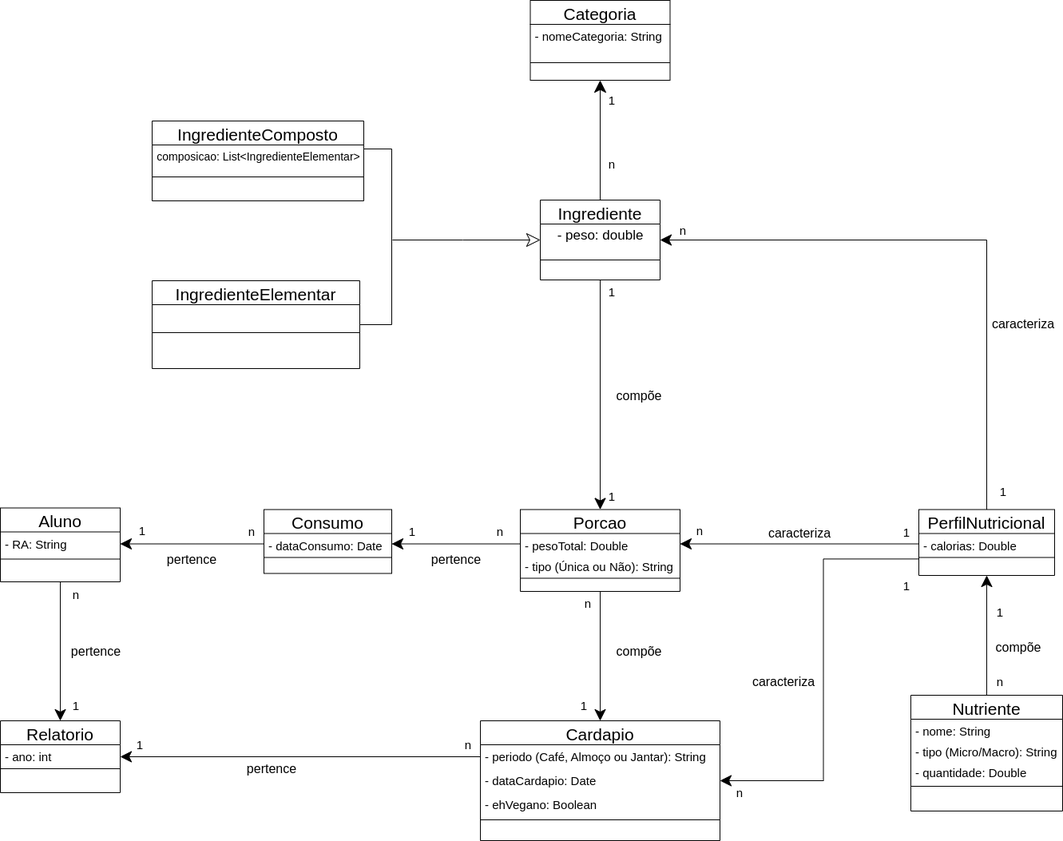
Earlier version of the draw.io export lab02/images/UML-lab02.png (VLV-subgrupo/labs). Source tidied: cells renumbered, new cells last; positions are measured from the earlier drawing's top-left corner, leaving out a move shared by most shapes.
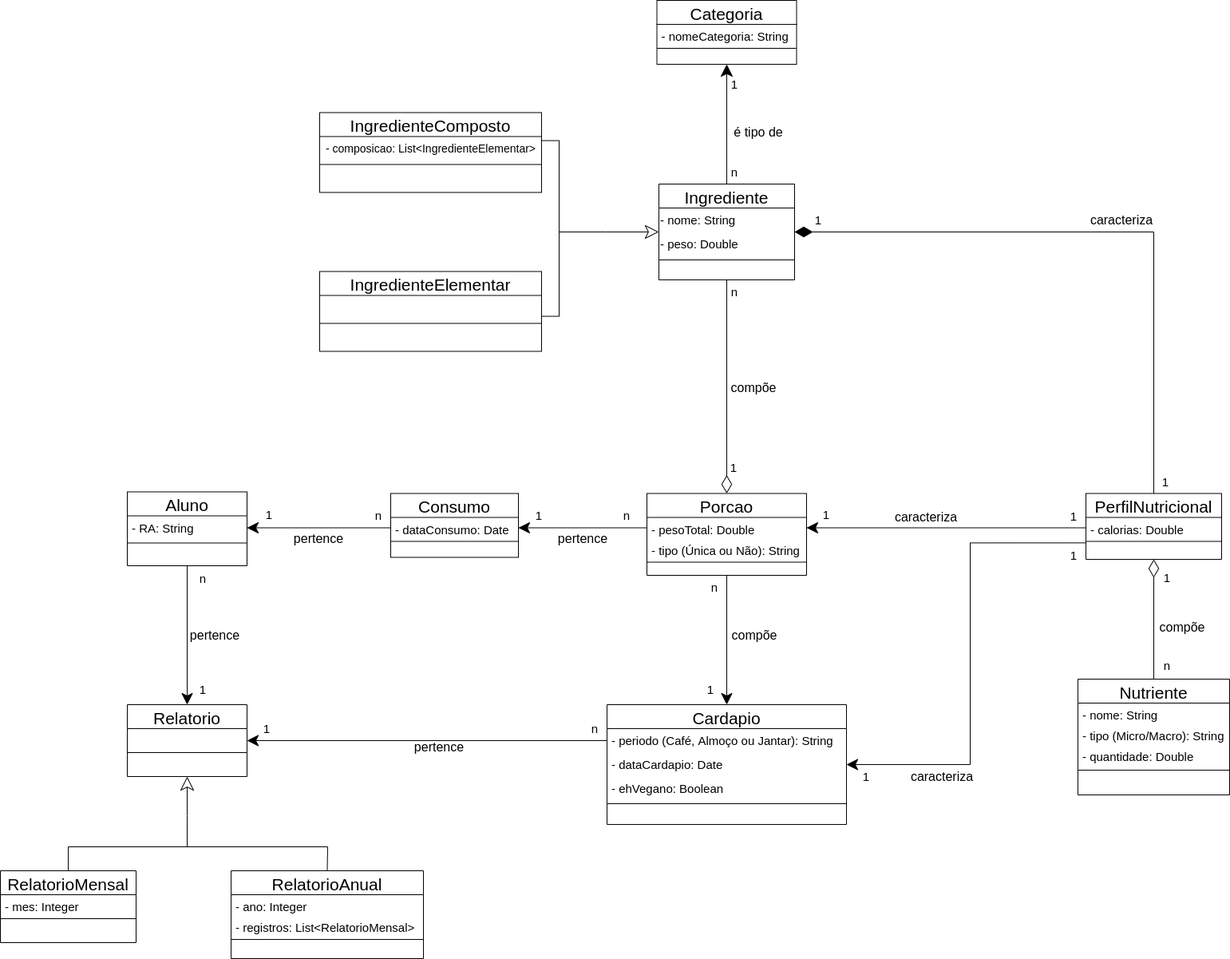
Later version of the same file.

Commit message:
Atualiza README e adiciona versão final dos diagramas do lab02

Change to the diagram source:
```diff
@@ -7,7 +7,4 @@
     </mxCell>
-    <mxCell id="3" value="- ano: int" style="text;align=left;verticalAlign=top;spacingLeft=4;spacingRight=4;overflow=hidden;rounded=0;shadow=0;html=0;fontSize=15;" parent="2" vertex="1">
-      <mxGeometry y="30" width="150" height="26" as="geometry" />
-    </mxCell>
     <mxCell id="4" style="line;html=1;strokeWidth=1;align=left;verticalAlign=middle;spacingTop=-1;spacingLeft=3;spacingRight=3;labelPosition=right;" parent="2" vertex="1">
-      <mxGeometry y="56" width="150" height="8" as="geometry" />
+      <mxGeometry y="30" width="150" height="60" as="geometry" />
     </mxCell>
@@ -43,3 +40,3 @@
     </mxCell>
-    <mxCell id="15" style="edgeStyle=orthogonalEdgeStyle;rounded=0;jettySize=auto;html=1;exitX=0.5;exitY=1;exitDx=0;exitDy=0;entryX=0.5;entryY=0;entryDx=0;entryDy=0;endSize=12;startSize=15;" parent="1" edge="1" source="18" target="11">
+    <mxCell id="15" style="edgeStyle=orthogonalEdgeStyle;rounded=0;jettySize=auto;html=1;exitX=0.5;exitY=1;exitDx=0;exitDy=0;entryX=0.5;entryY=0;entryDx=0;entryDy=0;endSize=20;startSize=15;endArrow=diamondThin;endFill=0;" parent="1" edge="1" source="18" target="11">
       <mxGeometry relative="1" as="geometry" />
@@ -48,3 +45,3 @@
       <mxGeometry relative="1" as="geometry">
-        <mxPoint x="491" y="300" as="targetPoint" />
+        <mxPoint x="541" y="310" as="targetPoint" />
       </mxGeometry>
@@ -55,11 +52,14 @@
     <mxCell id="18" value="Ingrediente" style="swimlane;fontStyle=0;align=center;verticalAlign=middle;horizontal=1;startSize=30;rounded=0;shadow=0;strokeWidth=1;fontSize=21;" parent="1" vertex="1">
-      <mxGeometry x="676" y="250" width="150" height="100" as="geometry" />
+      <mxGeometry x="666" y="250" width="170" height="120" as="geometry" />
     </mxCell>
-    <mxCell id="19" value="- peso: double" style="text;html=1;align=center;verticalAlign=middle;strokeColor=none;fillColor=none;fontSize=17;" parent="18" vertex="1">
-      <mxGeometry y="30" width="150" height="30" as="geometry" />
+    <mxCell id="19" value="- nome: String" style="text;html=1;align=left;verticalAlign=middle;strokeColor=none;fillColor=none;fontSize=15;" parent="18" vertex="1">
+      <mxGeometry y="30" width="170" height="30" as="geometry" />
     </mxCell>
+    <mxCell id="84" value="- peso: Double" style="text;html=1;align=left;verticalAlign=middle;strokeColor=none;fillColor=none;fontSize=15;" parent="18" vertex="1">
+      <mxGeometry y="60" width="170" height="30" as="geometry" />
+    </mxCell>
     <mxCell id="20" style="line;html=1;strokeWidth=1;align=left;verticalAlign=middle;spacingTop=-1;spacingLeft=3;spacingRight=3;labelPosition=right;" parent="18" vertex="1">
-      <mxGeometry y="60" width="150" height="30" as="geometry" />
+      <mxGeometry y="90" width="170" height="10" as="geometry" />
     </mxCell>
-    <mxCell id="21" style="edgeStyle=orthogonalEdgeStyle;rounded=0;jettySize=auto;html=1;exitX=0.5;exitY=0;exitDx=0;exitDy=0;entryX=1;entryY=0.5;entryDx=0;entryDy=0;endSize=12;startSize=15;" parent="1" edge="1" source="22" target="18">
+    <mxCell id="21" style="edgeStyle=orthogonalEdgeStyle;rounded=0;jettySize=auto;html=1;exitX=0.5;exitY=0;exitDx=0;exitDy=0;entryX=1;entryY=0.5;entryDx=0;entryDy=0;endSize=20;startSize=15;endArrow=diamondThin;endFill=1;" parent="1" edge="1" source="22" target="18">
       <mxGeometry relative="1" as="geometry" />
@@ -67,3 +67,3 @@
     <mxCell id="22" value="PerfilNutricional" style="swimlane;fontStyle=0;align=center;verticalAlign=middle;horizontal=1;startSize=30;rounded=0;shadow=0;strokeWidth=1;fontSize=21;" parent="1" vertex="1">
-      <mxGeometry x="1150" y="637.5" width="170" height="82.5" as="geometry" />
+      <mxGeometry x="1201" y="637.5" width="170" height="82.5" as="geometry" />
     </mxCell>
@@ -75,3 +75,3 @@
     </mxCell>
-    <mxCell id="25" style="edgeStyle=orthogonalEdgeStyle;rounded=0;jettySize=auto;html=1;entryX=0.5;entryY=1;entryDx=0;entryDy=0;endSize=12;startSize=15;" parent="1" edge="1" source="26" target="22">
+    <mxCell id="25" style="edgeStyle=orthogonalEdgeStyle;rounded=0;jettySize=auto;html=1;entryX=0.5;entryY=1;entryDx=0;entryDy=0;endSize=20;startSize=15;endArrow=diamondThin;endFill=0;" parent="1" edge="1" source="26" target="22">
       <mxGeometry relative="1" as="geometry" />
@@ -79,3 +79,3 @@
     <mxCell id="26" value="Nutriente" style="swimlane;fontStyle=0;align=center;verticalAlign=middle;horizontal=1;startSize=30;rounded=0;shadow=0;strokeWidth=1;fontSize=21;" parent="1" vertex="1">
-      <mxGeometry x="1140" y="870" width="190" height="145" as="geometry" />
+      <mxGeometry x="1191" y="870" width="190" height="145" as="geometry" />
     </mxCell>
@@ -130,12 +130,12 @@
     <mxCell id="43" value="1" style="text;strokeColor=none;align=center;fillColor=none;html=1;verticalAlign=middle;whiteSpace=wrap;rounded=0;fontSize=15;" parent="1" vertex="1">
-      <mxGeometry x="1237" y="750.5" width="30" height="30" as="geometry" />
+      <mxGeometry x="1288" y="728" width="30" height="30" as="geometry" />
     </mxCell>
     <mxCell id="44" value="n" style="text;strokeColor=none;align=center;fillColor=none;html=1;verticalAlign=middle;whiteSpace=wrap;rounded=0;fontSize=15;" parent="1" vertex="1">
-      <mxGeometry x="1237" y="837.5" width="30" height="30" as="geometry" />
+      <mxGeometry x="1288" y="837.5" width="30" height="30" as="geometry" />
     </mxCell>
     <mxCell id="45" value="1" style="text;strokeColor=none;align=center;fillColor=none;html=1;verticalAlign=middle;whiteSpace=wrap;rounded=0;fontSize=15;" parent="1" vertex="1">
-      <mxGeometry x="1241" y="600" width="30" height="30" as="geometry" />
+      <mxGeometry x="1286" y="607.5" width="30" height="30" as="geometry" />
     </mxCell>
     <mxCell id="46" value="n" style="text;strokeColor=none;align=center;fillColor=none;html=1;verticalAlign=middle;whiteSpace=wrap;rounded=0;fontSize=15;" parent="1" vertex="1">
-      <mxGeometry x="840" y="273" width="30" height="30" as="geometry" />
+      <mxGeometry x="746" y="370" width="30" height="30" as="geometry" />
     </mxCell>
@@ -159,3 +159,3 @@
     </mxCell>
-    <mxCell id="53" value="n" style="text;strokeColor=none;align=center;fillColor=none;html=1;verticalAlign=middle;whiteSpace=wrap;rounded=0;fontSize=15;" parent="1" vertex="1">
+    <mxCell id="53" value="1" style="text;strokeColor=none;align=center;fillColor=none;html=1;verticalAlign=middle;whiteSpace=wrap;rounded=0;fontSize=15;" parent="1" vertex="1">
       <mxGeometry x="911" y="977" width="30" height="30" as="geometry" />
@@ -166,5 +166,5 @@
     <mxCell id="55" value="1" style="text;strokeColor=none;align=center;fillColor=none;html=1;verticalAlign=middle;whiteSpace=wrap;rounded=0;fontSize=15;" parent="1" vertex="1">
-      <mxGeometry x="1120" y="651" width="30" height="30" as="geometry" />
+      <mxGeometry x="1171" y="651" width="30" height="30" as="geometry" />
     </mxCell>
-    <mxCell id="56" value="n" style="text;strokeColor=none;align=center;fillColor=none;html=1;verticalAlign=middle;whiteSpace=wrap;rounded=0;fontSize=15;" parent="1" vertex="1">
+    <mxCell id="56" value="1" style="text;strokeColor=none;align=center;fillColor=none;html=1;verticalAlign=middle;whiteSpace=wrap;rounded=0;fontSize=15;" parent="1" vertex="1">
       <mxGeometry x="861" y="649" width="30" height="30" as="geometry" />
@@ -172,3 +172,3 @@
     <mxCell id="57" value="1" style="text;strokeColor=none;align=center;fillColor=none;html=1;verticalAlign=middle;whiteSpace=wrap;rounded=0;fontSize=15;" parent="1" vertex="1">
-      <mxGeometry x="1120" y="717.5" width="30" height="30" as="geometry" />
+      <mxGeometry x="1171" y="700" width="30" height="30" as="geometry" />
     </mxCell>
@@ -178,9 +178,9 @@
     <mxCell id="59" value="1" style="text;strokeColor=none;align=center;fillColor=none;html=1;verticalAlign=middle;whiteSpace=wrap;rounded=0;fontSize=15;" parent="1" vertex="1">
-      <mxGeometry x="751" y="605.5" width="30" height="30" as="geometry" />
+      <mxGeometry x="745" y="590" width="30" height="30" as="geometry" />
     </mxCell>
     <mxCell id="60" value="compõe" style="text;strokeColor=none;align=center;fillColor=none;html=1;verticalAlign=middle;whiteSpace=wrap;rounded=0;fontSize=16;rotation=0;" parent="1" vertex="1">
-      <mxGeometry x="1235" y="795" width="80" height="30" as="geometry" />
+      <mxGeometry x="1282" y="790" width="80" height="30" as="geometry" />
     </mxCell>
     <mxCell id="61" value="compõe" style="text;strokeColor=none;align=center;fillColor=none;html=1;verticalAlign=middle;whiteSpace=wrap;rounded=0;fontSize=16;rotation=0;" parent="1" vertex="1">
-      <mxGeometry x="760" y="800" width="80" height="30" as="geometry" />
+      <mxGeometry x="746" y="800" width="80" height="30" as="geometry" />
     </mxCell>
@@ -193,6 +193,6 @@
     <mxCell id="64" value="compõe" style="text;strokeColor=none;align=center;fillColor=none;html=1;verticalAlign=middle;whiteSpace=wrap;rounded=0;fontSize=16;rotation=0;" parent="1" vertex="1">
-      <mxGeometry x="760" y="480" width="80" height="30" as="geometry" />
+      <mxGeometry x="745" y="490" width="80" height="30" as="geometry" />
     </mxCell>
     <mxCell id="65" value="caracteriza" style="text;strokeColor=none;align=center;fillColor=none;html=1;verticalAlign=middle;whiteSpace=wrap;rounded=0;fontSize=16;" parent="1" vertex="1">
-      <mxGeometry x="1241" y="390" width="80" height="30" as="geometry" />
+      <mxGeometry x="1206" y="280" width="80" height="30" as="geometry" />
     </mxCell>
@@ -202,24 +202,24 @@
     <mxCell id="67" value="caracteriza" style="text;strokeColor=none;align=center;fillColor=none;html=1;verticalAlign=middle;whiteSpace=wrap;rounded=0;fontSize=16;" parent="1" vertex="1">
-      <mxGeometry x="941" y="837.5" width="80" height="30" as="geometry" />
+      <mxGeometry x="981" y="977" width="80" height="30" as="geometry" />
     </mxCell>
     <mxCell id="68" value="pertence" style="text;strokeColor=none;align=center;fillColor=none;html=1;verticalAlign=middle;whiteSpace=wrap;rounded=0;fontSize=16;" parent="1" vertex="1">
-      <mxGeometry x="531" y="685" width="80" height="30" as="geometry" />
+      <mxGeometry x="531" y="679" width="80" height="30" as="geometry" />
     </mxCell>
     <mxCell id="69" value="pertence" style="text;strokeColor=none;align=center;fillColor=none;html=1;verticalAlign=middle;whiteSpace=wrap;rounded=0;fontSize=16;" parent="1" vertex="1">
-      <mxGeometry x="200" y="685" width="80" height="30" as="geometry" />
+      <mxGeometry x="200" y="679" width="80" height="30" as="geometry" />
     </mxCell>
     <mxCell id="70" value="pertence" style="text;strokeColor=none;align=center;fillColor=none;html=1;verticalAlign=middle;whiteSpace=wrap;rounded=0;fontSize=16;" parent="1" vertex="1">
-      <mxGeometry x="80" y="800" width="80" height="30" as="geometry" />
+      <mxGeometry x="70" y="800" width="80" height="30" as="geometry" />
     </mxCell>
     <mxCell id="71" value="pertence" style="text;strokeColor=none;align=center;fillColor=none;html=1;verticalAlign=middle;whiteSpace=wrap;rounded=0;fontSize=16;" parent="1" vertex="1">
-      <mxGeometry x="300" y="947" width="80" height="30" as="geometry" />
+      <mxGeometry x="351" y="940" width="80" height="30" as="geometry" />
     </mxCell>
     <mxCell id="72" value="IngredienteComposto" style="swimlane;fontStyle=0;align=center;verticalAlign=middle;horizontal=1;startSize=30;rounded=0;shadow=0;strokeWidth=1;fontSize=21;" parent="1" vertex="1">
-      <mxGeometry x="190" y="151" width="265" height="100" as="geometry" />
+      <mxGeometry x="241" y="160.5" width="278" height="100" as="geometry" />
     </mxCell>
-    <mxCell id="73" value="composicao: List&amp;lt;IngredienteElementar&amp;gt;" style="text;html=1;align=center;verticalAlign=middle;strokeColor=none;fillColor=none;fontSize=14;" parent="72" vertex="1">
-      <mxGeometry y="30" width="265" height="30" as="geometry" />
+    <mxCell id="73" value="- composicao: List&amp;lt;IngredienteElementar&amp;gt;" style="text;html=1;align=center;verticalAlign=middle;strokeColor=none;fillColor=none;fontSize=14;" parent="72" vertex="1">
+      <mxGeometry y="30" width="278" height="30" as="geometry" />
     </mxCell>
     <mxCell id="74" style="line;html=1;strokeWidth=1;align=left;verticalAlign=middle;spacingTop=-1;spacingLeft=3;spacingRight=3;labelPosition=right;" parent="72" vertex="1">
-      <mxGeometry y="60" width="265" height="20" as="geometry" />
+      <mxGeometry y="60" width="278" height="10" as="geometry" />
     </mxCell>
@@ -228,4 +228,4 @@
         <Array as="points">
-          <mxPoint x="490" y="186" />
-          <mxPoint x="490" y="406" />
+          <mxPoint x="541" y="195.5" />
+          <mxPoint x="541" y="415.5" />
         </Array>
@@ -234,25 +234,62 @@
     <mxCell id="76" value="IngredienteElementar" style="swimlane;fontStyle=0;align=center;verticalAlign=middle;horizontal=1;startSize=30;rounded=0;shadow=0;strokeWidth=1;fontSize=21;" parent="1" vertex="1">
-      <mxGeometry x="190" y="351" width="260" height="110" as="geometry" />
+      <mxGeometry x="241" y="359.5" width="278" height="100" as="geometry" />
     </mxCell>
     <mxCell id="77" style="line;html=1;strokeWidth=1;align=left;verticalAlign=middle;spacingTop=-1;spacingLeft=3;spacingRight=3;labelPosition=right;" parent="76" vertex="1">
-      <mxGeometry y="30" width="260" height="70" as="geometry" />
+      <mxGeometry y="30" width="278" height="70" as="geometry" />
     </mxCell>
     <mxCell id="78" value="Categoria" style="swimlane;fontStyle=0;align=center;verticalAlign=middle;horizontal=1;startSize=30;rounded=0;shadow=0;strokeWidth=1;fontSize=21;" parent="1" vertex="1">
-      <mxGeometry x="663.5" width="175" height="100" as="geometry" />
+      <mxGeometry x="663.5" y="20" width="175" height="80" as="geometry" />
     </mxCell>
     <mxCell id="79" value="- nomeCategoria: String" style="text;align=left;verticalAlign=top;spacingLeft=4;spacingRight=4;overflow=hidden;fontSize=15;" parent="78" vertex="1">
-      <mxGeometry y="30" width="175" height="26" as="geometry" />
+      <mxGeometry y="30" width="175" height="20" as="geometry" />
     </mxCell>
     <mxCell id="80" style="line;html=1;strokeWidth=1;align=left;verticalAlign=middle;spacingTop=-1;spacingLeft=3;spacingRight=3;labelPosition=right;" parent="78" vertex="1">
-      <mxGeometry y="56" width="175" height="44" as="geometry" />
+      <mxGeometry y="50" width="175" height="20" as="geometry" />
     </mxCell>
     <mxCell id="81" value="1" style="text;strokeColor=none;align=center;fillColor=none;html=1;verticalAlign=middle;whiteSpace=wrap;rounded=0;fontSize=15;" parent="1" vertex="1">
-      <mxGeometry x="751" y="350" width="30" height="30" as="geometry" />
+      <mxGeometry x="851" y="280" width="30" height="30" as="geometry" />
     </mxCell>
     <mxCell id="82" value="1" style="text;strokeColor=none;align=center;fillColor=none;html=1;verticalAlign=middle;whiteSpace=wrap;rounded=0;fontSize=15;" parent="1" vertex="1">
-      <mxGeometry x="751" y="110" width="30" height="30" as="geometry" />
+      <mxGeometry x="746" y="110" width="30" height="30" as="geometry" />
     </mxCell>
     <mxCell id="83" value="n" style="text;strokeColor=none;align=center;fillColor=none;html=1;verticalAlign=middle;whiteSpace=wrap;rounded=0;fontSize=15;" parent="1" vertex="1">
-      <mxGeometry x="751" y="190" width="30" height="30" as="geometry" />
+      <mxGeometry x="746" y="220" width="30" height="30" as="geometry" />
     </mxCell>
+    <mxCell id="85" value="é tipo de" style="text;strokeColor=none;align=center;fillColor=none;html=1;verticalAlign=middle;whiteSpace=wrap;rounded=0;fontSize=16;" parent="1" vertex="1">
+      <mxGeometry x="751" y="170" width="80" height="30" as="geometry" />
+    </mxCell>
+    <mxCell id="86" style="edgeStyle=orthogonalEdgeStyle;rounded=0;jettySize=auto;html=1;exitX=0.5;exitY=1;exitDx=0;exitDy=0;startArrow=classic;startFill=0;endArrow=none;endFill=0;endSize=12;startSize=15;" parent="1" edge="1" source="2">
+      <mxGeometry relative="1" as="geometry">
+        <mxPoint x="75" y="1080" as="targetPoint" />
+      </mxGeometry>
+    </mxCell>
+    <mxCell id="87" value="RelatorioMensal" style="swimlane;fontStyle=0;align=center;verticalAlign=middle;horizontal=1;startSize=30;rounded=0;shadow=0;strokeWidth=1;fontSize=21;" parent="1" vertex="1">
+      <mxGeometry x="-159" y="1110" width="170" height="90" as="geometry" />
+    </mxCell>
+    <mxCell id="88" value="- mes: Integer" style="text;align=left;verticalAlign=top;spacingLeft=4;spacingRight=4;overflow=hidden;rounded=0;shadow=0;html=0;fontSize=15;" parent="87" vertex="1">
+      <mxGeometry y="30" width="170" height="26" as="geometry" />
+    </mxCell>
+    <mxCell id="89" style="line;html=1;strokeWidth=1;align=left;verticalAlign=middle;spacingTop=-1;spacingLeft=3;spacingRight=3;labelPosition=right;" parent="87" vertex="1">
+      <mxGeometry y="56" width="170" height="8" as="geometry" />
+    </mxCell>
+    <mxCell id="90" value="RelatorioAnual" style="swimlane;fontStyle=0;align=center;verticalAlign=middle;horizontal=1;startSize=30;rounded=0;shadow=0;strokeWidth=1;fontSize=21;" parent="1" vertex="1">
+      <mxGeometry x="130" y="1110" width="241" height="110" as="geometry" />
+    </mxCell>
+    <mxCell id="91" value="- ano: Integer" style="text;align=left;verticalAlign=top;spacingLeft=4;spacingRight=4;overflow=hidden;rounded=0;shadow=0;html=0;fontSize=15;" parent="90" vertex="1">
+      <mxGeometry y="30" width="241" height="26" as="geometry" />
+    </mxCell>
+    <mxCell id="92" value="- registros: List&lt;RelatorioMensal&gt;" style="text;align=left;verticalAlign=top;spacingLeft=4;spacingRight=4;overflow=hidden;rounded=0;shadow=0;html=0;fontSize=15;" parent="90" vertex="1">
+      <mxGeometry y="56" width="241" height="26" as="geometry" />
+    </mxCell>
+    <mxCell id="93" style="line;html=1;strokeWidth=1;align=left;verticalAlign=middle;spacingTop=-1;spacingLeft=3;spacingRight=3;labelPosition=right;" parent="90" vertex="1">
+      <mxGeometry y="82" width="241" height="8" as="geometry" />
+    </mxCell>
+    <mxCell id="94" style="endArrow=none;html=1;rounded=0;exitX=0.5;exitY=0;exitDx=0;exitDy=0;entryX=0.5;entryY=0;entryDx=0;entryDy=0;" parent="1" edge="1" source="87" target="90">
+      <mxGeometry relative="1" as="geometry">
+        <Array as="points">
+          <mxPoint x="-74" y="1080" />
+          <mxPoint x="251" y="1080" />
+        </Array>
+      </mxGeometry>
+    </mxCell>
   </root>
```
